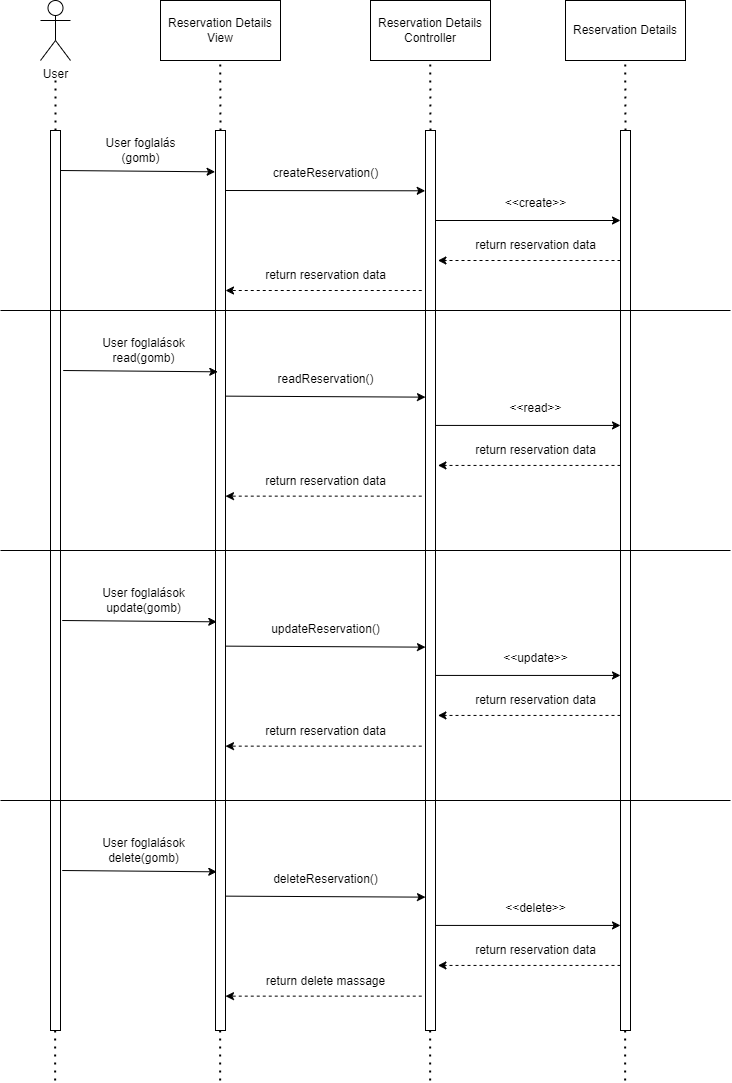
Aggron2k/rf1-szallas keeps this draw.io diagram as diagrams/sequence/sequence_diagramFoglalasCRUD.png. Above is the earlier version. Source tidied: cells renumbered, new cells last; positions are measured from the earlier drawing's top-left corner, leaving out a move shared by most shapes.
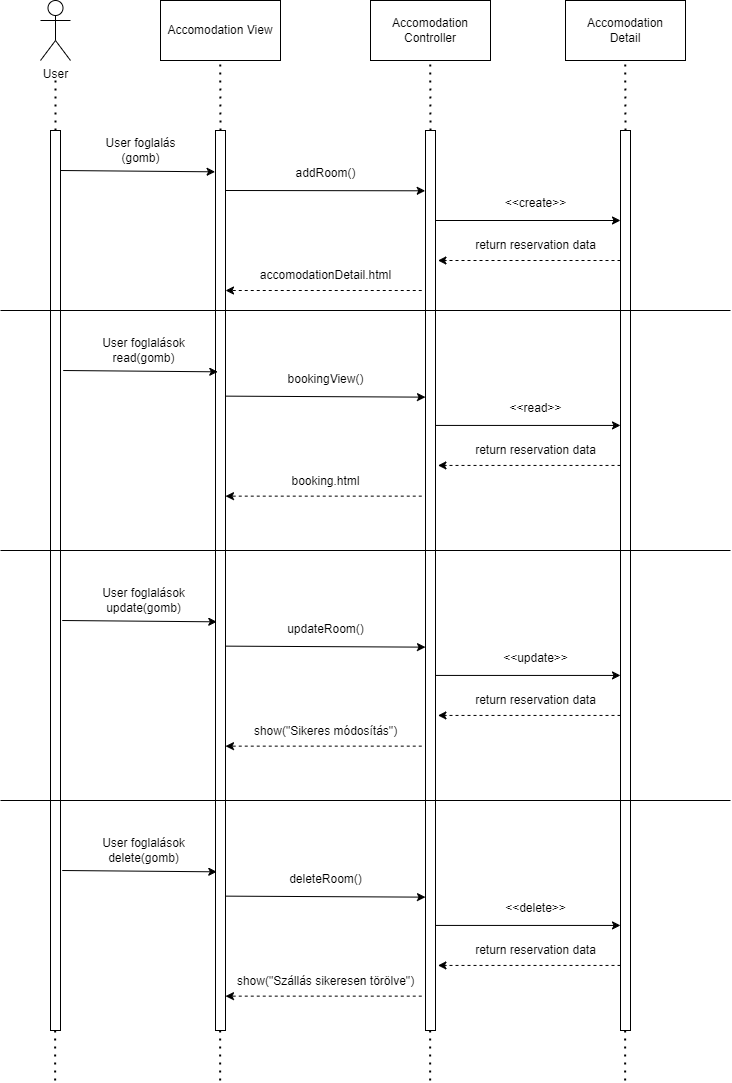
The same diagram one commit later.

Commit message:
Sekvencia diagrammok javítása

The edit, as a diff of the source:
```diff
@@ -5,10 +5,10 @@
     <mxCell id="2" value="User" style="shape=umlActor;verticalLabelPosition=bottom;verticalAlign=top;html=1;" parent="1" vertex="1">
       <mxGeometry x="40" width="30" height="60" as="geometry" />
     </mxCell>
-    <mxCell id="3" value="Reservation Details&lt;br&gt;View" style="rounded=0;whiteSpace=wrap;html=1;" parent="1" vertex="1">
+    <mxCell id="3" value="Accomodation View" style="rounded=0;whiteSpace=wrap;html=1;" parent="1" vertex="1">
       <mxGeometry x="160" width="120" height="60" as="geometry" />
     </mxCell>
-    <mxCell id="4" value="Reservation Details&lt;br&gt;Controller" style="rounded=0;whiteSpace=wrap;html=1;" parent="1" vertex="1">
+    <mxCell id="4" value="Accomodation&lt;br&gt;Controller" style="rounded=0;whiteSpace=wrap;html=1;" parent="1" vertex="1">
       <mxGeometry x="370" width="120" height="60" as="geometry" />
     </mxCell>
     <mxCell id="5" style="rounded=0;whiteSpace=wrap;html=1;" parent="1" vertex="1">
@@ -23,7 +23,7 @@
     <mxCell id="8" style="rounded=0;whiteSpace=wrap;html=1;" parent="1" vertex="1">
       <mxGeometry x="620" y="130" width="10" height="900" as="geometry" />
     </mxCell>
-    <mxCell id="9" value="Reservation Details" style="rounded=0;whiteSpace=wrap;html=1;" parent="1" vertex="1">
+    <mxCell id="9" value="Accomodation&lt;br style=&quot;border-color: var(--border-color);&quot;&gt;Detail" style="rounded=0;whiteSpace=wrap;html=1;" parent="1" vertex="1">
       <mxGeometry x="565" width="120" height="60" as="geometry" />
     </mxCell>
     <mxCell id="10" style="endArrow=none;dashed=1;html=1;dashPattern=1 3;strokeWidth=2;rounded=0;exitX=0.5;exitY=0;exitDx=0;exitDy=0;" parent="1" edge="1" source="5">
@@ -86,8 +86,8 @@
     <mxCell id="20" value="User foglalás&lt;br&gt;(gomb)" style="text;html=1;align=center;verticalAlign=middle;strokeColor=none;fillColor=none;" parent="1" vertex="1">
       <mxGeometry x="95" y="130" width="90" height="40" as="geometry" />
     </mxCell>
-    <mxCell id="21" value="createReservation()" style="text;html=1;align=center;verticalAlign=middle;strokeColor=none;fillColor=none;" parent="1" vertex="1">
-      <mxGeometry x="260" y="158" width="130" height="30" as="geometry" />
+    <mxCell id="21" value="addRoom()" style="text;html=1;align=center;verticalAlign=middle;strokeColor=none;fillColor=none;" parent="1" vertex="1">
+      <mxGeometry x="285" y="158" width="80" height="30" as="geometry" />
     </mxCell>
     <mxCell id="22" value="&amp;lt;&amp;lt;create&amp;gt;&amp;gt;" style="text;html=1;align=center;verticalAlign=middle;strokeColor=none;fillColor=none;" parent="1" vertex="1">
       <mxGeometry x="495" y="188" width="80" height="30" as="geometry" />
@@ -95,8 +95,8 @@
     <mxCell id="23" value="return reservation data" style="text;html=1;align=center;verticalAlign=middle;strokeColor=none;fillColor=none;" parent="1" vertex="1">
       <mxGeometry x="465" y="230" width="140" height="30" as="geometry" />
     </mxCell>
-    <mxCell id="24" value="return reservation data" style="text;html=1;align=center;verticalAlign=middle;strokeColor=none;fillColor=none;" parent="1" vertex="1">
-      <mxGeometry x="255" y="260" width="140" height="30" as="geometry" />
+    <mxCell id="24" value="accomodationDetail.html" style="text;html=1;align=center;verticalAlign=middle;strokeColor=none;fillColor=none;" parent="1" vertex="1">
+      <mxGeometry x="250" y="260" width="150" height="30" as="geometry" />
     </mxCell>
     <mxCell id="25" style="endArrow=none;dashed=1;html=1;dashPattern=1 3;strokeWidth=2;rounded=0;exitX=0.5;exitY=0;exitDx=0;exitDy=0;" parent="1" edge="1">
       <mxGeometry relative="1" as="geometry">
@@ -137,11 +137,11 @@
         <mxPoint x="225" y="495.6" as="targetPoint" />
       </mxGeometry>
     </mxCell>
-    <mxCell id="32" value="readReservation()" style="text;html=1;align=center;verticalAlign=middle;strokeColor=none;fillColor=none;" parent="1" vertex="1">
-      <mxGeometry x="265" y="363.6" width="120" height="30" as="geometry" />
+    <mxCell id="32" value="bookingView()" style="text;html=1;align=center;verticalAlign=middle;strokeColor=none;fillColor=none;" parent="1" vertex="1">
+      <mxGeometry x="275" y="363.6" width="100" height="30" as="geometry" />
     </mxCell>
-    <mxCell id="33" value="return reservation data" style="text;html=1;align=center;verticalAlign=middle;strokeColor=none;fillColor=none;" parent="1" vertex="1">
-      <mxGeometry x="255" y="465.6" width="140" height="30" as="geometry" />
+    <mxCell id="33" value="booking.html" style="text;html=1;align=center;verticalAlign=middle;strokeColor=none;fillColor=none;" parent="1" vertex="1">
+      <mxGeometry x="280" y="465.6" width="90" height="30" as="geometry" />
     </mxCell>
     <mxCell id="34" style="endArrow=classic;html=1;rounded=0;exitX=1;exitY=0.16;exitDx=0;exitDy=0;exitPerimeter=0;" parent="1" edge="1">
       <mxGeometry relative="1" as="geometry">
@@ -182,11 +182,11 @@
         <mxPoint x="225" y="745.6" as="targetPoint" />
       </mxGeometry>
     </mxCell>
-    <mxCell id="42" value="updateReservation()" style="text;html=1;align=center;verticalAlign=middle;strokeColor=none;fillColor=none;" parent="1" vertex="1">
-      <mxGeometry x="260" y="613.6" width="130" height="30" as="geometry" />
+    <mxCell id="42" value="updateRoom()" style="text;html=1;align=center;verticalAlign=middle;strokeColor=none;fillColor=none;" parent="1" vertex="1">
+      <mxGeometry x="275" y="613.6" width="100" height="30" as="geometry" />
     </mxCell>
-    <mxCell id="43" value="return reservation data" style="text;html=1;align=center;verticalAlign=middle;strokeColor=none;fillColor=none;" parent="1" vertex="1">
-      <mxGeometry x="255" y="715.6" width="140" height="30" as="geometry" />
+    <mxCell id="43" value="show(&quot;Sikeres módosítás&quot;)" style="text;html=1;align=center;verticalAlign=middle;strokeColor=none;fillColor=none;" parent="1" vertex="1">
+      <mxGeometry x="240" y="715.6" width="170" height="30" as="geometry" />
     </mxCell>
     <mxCell id="44" style="endArrow=classic;html=1;rounded=0;exitX=1;exitY=0.16;exitDx=0;exitDy=0;exitPerimeter=0;" parent="1" edge="1">
       <mxGeometry relative="1" as="geometry">
@@ -227,11 +227,11 @@
         <mxPoint x="225" y="995.6" as="targetPoint" />
       </mxGeometry>
     </mxCell>
-    <mxCell id="52" value="deleteReservation()" style="text;html=1;align=center;verticalAlign=middle;strokeColor=none;fillColor=none;" parent="1" vertex="1">
-      <mxGeometry x="260" y="863.6" width="130" height="30" as="geometry" />
+    <mxCell id="52" value="deleteRoom()" style="text;html=1;align=center;verticalAlign=middle;strokeColor=none;fillColor=none;" parent="1" vertex="1">
+      <mxGeometry x="275" y="863.6" width="100" height="30" as="geometry" />
     </mxCell>
-    <mxCell id="53" value="return delete massage" style="text;html=1;align=center;verticalAlign=middle;strokeColor=none;fillColor=none;" parent="1" vertex="1">
-      <mxGeometry x="255" y="965.6" width="140" height="30" as="geometry" />
+    <mxCell id="53" value="show(&quot;Szállás sikeresen törölve&quot;)" style="text;html=1;align=center;verticalAlign=middle;strokeColor=none;fillColor=none;" parent="1" vertex="1">
+      <mxGeometry x="225" y="965.6" width="200" height="30" as="geometry" />
     </mxCell>
     <mxCell id="54" style="endArrow=classic;html=1;rounded=0;exitX=1;exitY=0.16;exitDx=0;exitDy=0;exitPerimeter=0;" parent="1" edge="1">
       <mxGeometry relative="1" as="geometry">
```
